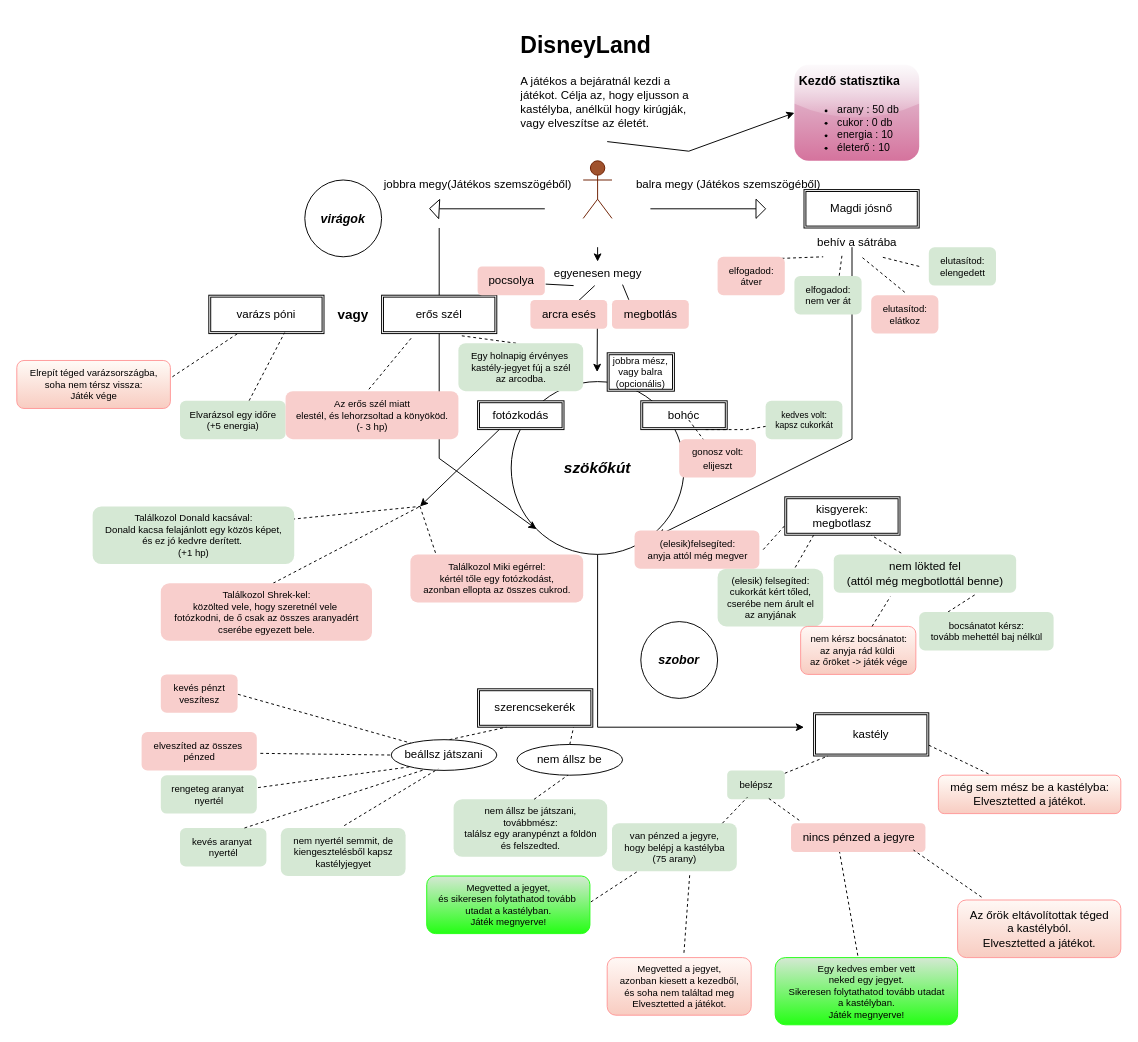
Before: game/vazlat .drawio in mezeirenata/disney, a draw.io diagram. Source tidied: cells renumbered, new cells numbered last; positions are measured from the earlier drawing's top-left corner, leaving out a move shared by most shapes. Both pictures are drawn from the tidied source at 96%, with x=0, y=0 at pixel (16, 26).
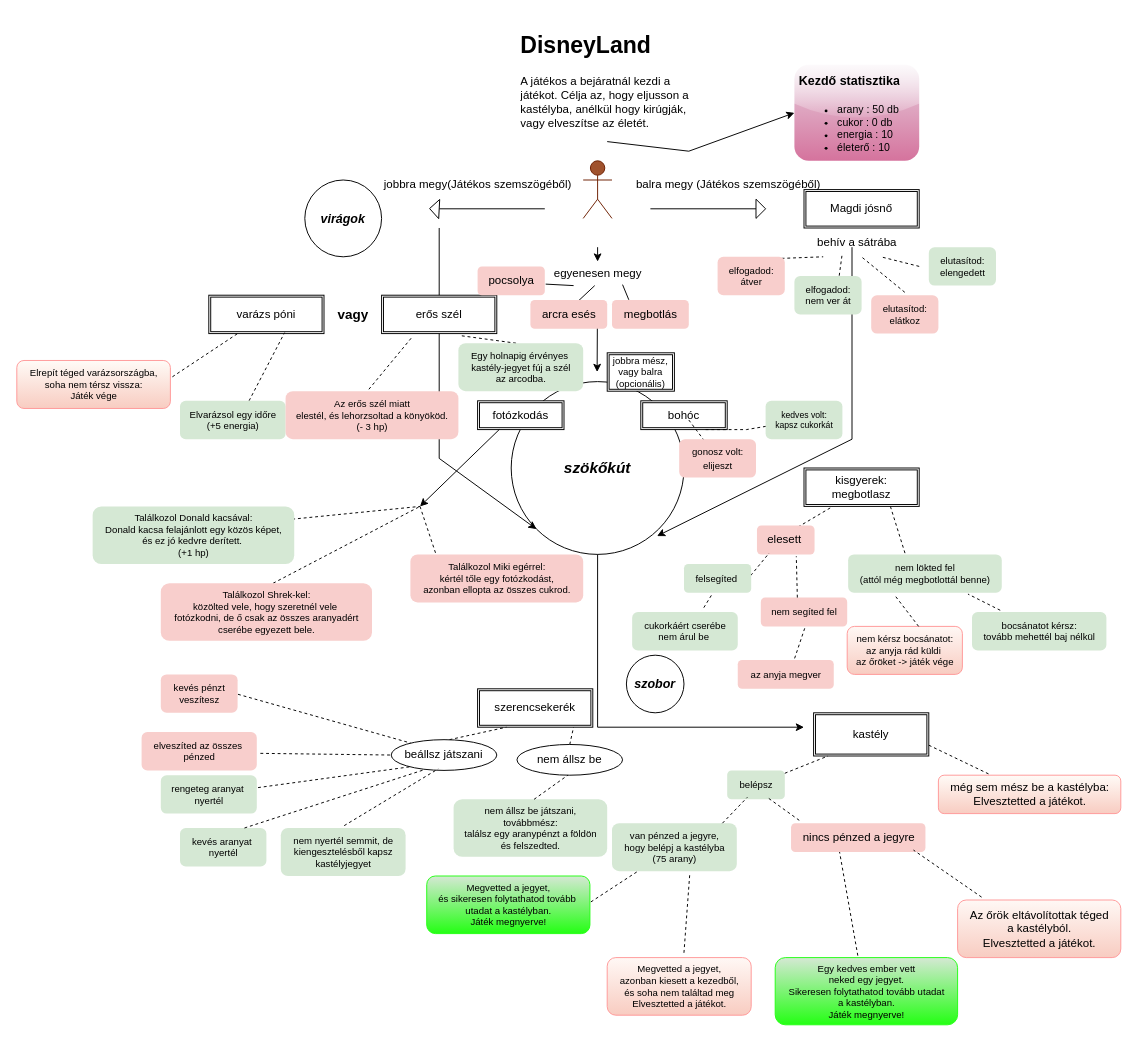
After the change.

Diff of the diagram source:
```diff
@@
     <mxCell id="19" value="kisgyerek:&lt;br&gt;megbotlasz" style="shape=ext;double=1;rounded=0;whiteSpace=wrap;html=1;" parent="1" vertex="1">
-      <mxGeometry x="800" y="490" width="120" height="40" as="geometry" />
+      <mxGeometry x="820" y="460" width="120" height="40" as="geometry" />
     </mxCell>
     <mxCell id="20" value="&lt;b&gt;&lt;i&gt;&lt;font style=&quot;font-size: 13px;&quot;&gt;szobor&lt;/font&gt;&lt;/i&gt;&lt;/b&gt;" style="ellipse;whiteSpace=wrap;html=1;" parent="1" vertex="1">
-      <mxGeometry x="650" y="620" width="80" height="80" as="geometry" />
+      <mxGeometry x="635" y="655" width="60" height="60" as="geometry" />
     </mxCell>
@@
-    <mxCell id="38" style="endArrow=none;dashed=1;html=1;rounded=0;exitX=0.735;exitY=-0.023;exitDx=0;exitDy=0;exitPerimeter=0;" parent="1" edge="1" source="39">
-      <mxGeometry relative="1" as="geometry">
-        <mxPoint x="830" y="530" as="targetPoint" />
-      </mxGeometry>
-    </mxCell>
-    <mxCell id="39" value="&lt;font style=&quot;font-size: 10px;&quot;&gt;(elesik) felsegíted:&lt;br style=&quot;font-size: 10px;&quot;&gt;cukorkát kért tőled,&lt;br style=&quot;font-size: 10px;&quot;&gt;cserébe nem árult el&lt;br style=&quot;font-size: 10px;&quot;&gt;az anyjának&lt;br style=&quot;font-size: 10px;&quot;&gt;&lt;/font&gt;" style="text;html=1;align=center;verticalAlign=middle;points=[];strokeColor=none;fillColor=#d5e8d4;rounded=1;fontSize=10;" parent="1" vertex="1">
-      <mxGeometry x="730" y="565" width="110" height="60" as="geometry" />
-    </mxCell>
-    <mxCell id="40" value="&lt;font style=&quot;font-size: 10px;&quot;&gt;(elesik)felsegíted:&lt;br style=&quot;font-size: 10px;&quot;&gt;anyja attól még megver&lt;/font&gt;" style="text;html=1;align=center;verticalAlign=middle;points=[];strokeColor=none;fillColor=#f8cecc;rounded=1;fontSize=10;" parent="1" vertex="1">
-      <mxGeometry x="643.5" y="525" width="130" height="40" as="geometry" />
-    </mxCell>
-    <mxCell id="41" value="nem lökted fel&lt;br&gt;(attól még megbotlottál benne)" style="text;html=1;align=center;verticalAlign=middle;points=[];strokeColor=none;fillColor=#d5e8d4;rounded=1;" parent="1" vertex="1">
-      <mxGeometry x="851" y="550" width="190" height="40" as="geometry" />
+    <mxCell id="41" value="nem lökted fel&lt;br style=&quot;font-size: 10px;&quot;&gt;(attól még megbotlottál benne)" style="text;html=1;align=center;verticalAlign=middle;points=[];strokeColor=none;fillColor=#d5e8d4;rounded=1;fontSize=10;" parent="1" vertex="1">
+      <mxGeometry x="866" y="550" width="160" height="40" as="geometry" />
     </mxCell>
@@
-    <mxCell id="43" style="endArrow=none;dashed=1;html=1;rounded=0;exitX=1.031;exitY=0.5;exitDx=0;exitDy=0;exitPerimeter=0;entryX=0;entryY=0.75;entryDx=0;entryDy=0;" parent="1" edge="1" source="40" target="19">
-      <mxGeometry relative="1" as="geometry" />
-    </mxCell>
-    <mxCell id="44" style="endArrow=none;dashed=1;html=1;rounded=0;entryX=0.78;entryY=1.033;entryDx=0;entryDy=0;entryPerimeter=0;" parent="1" edge="1" target="41">
-      <mxGeometry relative="1" as="geometry">
-        <mxPoint x="970" y="610" as="sourcePoint" />
-      </mxGeometry>
+    <mxCell id="44" style="endArrow=none;dashed=1;html=1;rounded=0;entryX=0.78;entryY=1.033;entryDx=0;entryDy=0;entryPerimeter=0;exitX=0.21;exitY=-0.045;exitDx=0;exitDy=0;exitPerimeter=0;" parent="1" edge="1" source="45" target="41">
+      <mxGeometry relative="1" as="geometry" />
     </mxCell>
     <mxCell id="45" value="bocsánatot kérsz:&lt;br style=&quot;font-size: 10px;&quot;&gt;tovább mehettél baj nélkül" style="text;html=1;align=center;verticalAlign=middle;points=[];strokeColor=none;fillColor=#d5e8d4;fontSize=10;rounded=1;" parent="1" vertex="1">
-      <mxGeometry x="940" y="610" width="140" height="40" as="geometry" />
+      <mxGeometry x="995" y="610" width="140" height="40" as="geometry" />
     </mxCell>
     <mxCell id="46" value="nem kérsz bocsánatot:&lt;br style=&quot;font-size: 10px;&quot;&gt;az anyja rád küldi&amp;nbsp;&lt;br style=&quot;font-size: 10px;&quot;&gt;az őröket -&amp;gt; játék vége" style="text;html=1;align=center;verticalAlign=middle;points=[];strokeColor=#FF9999;fillColor=#F8CCC1;fontSize=10;rounded=1;gradientColor=#FFF8F5;gradientDirection=north;strokeWidth=1;" parent="1" vertex="1">
-      <mxGeometry x="816.5" y="625" width="120" height="50" as="geometry" />
+      <mxGeometry x="865" y="625" width="120" height="50" as="geometry" />
     </mxCell>
@@
+    <mxCell id="109" style="endArrow=none;dashed=1;html=1;rounded=0;entryX=0.25;entryY=1;entryDx=0;entryDy=0;exitX=0.712;exitY=0.049;exitDx=0;exitDy=0;exitPerimeter=0;" parent="1" edge="1" source="110" target="19">
+      <mxGeometry relative="1" as="geometry" />
+    </mxCell>
+    <mxCell id="110" value="elesett&amp;nbsp;" style="text;html=1;align=center;verticalAlign=middle;points=[];strokeColor=none;fillColor=#f8cecc;rounded=1;" parent="1" vertex="1">
+      <mxGeometry x="771" y="520" width="60" height="30" as="geometry" />
+    </mxCell>
+    <mxCell id="111" style="endArrow=none;dashed=1;html=1;rounded=0;entryX=0.212;entryY=0.952;entryDx=0;entryDy=0;entryPerimeter=0;exitX=0.993;exitY=0.4;exitDx=0;exitDy=0;exitPerimeter=0;" parent="1" edge="1" source="112" target="110">
+      <mxGeometry relative="1" as="geometry" />
+    </mxCell>
+    <mxCell id="112" value="felsegíted&amp;nbsp;" style="text;html=1;align=center;verticalAlign=middle;points=[];strokeColor=none;fillColor=#d5e8d4;rounded=1;fontSize=10;" parent="1" vertex="1">
+      <mxGeometry x="695" y="560" width="70" height="30" as="geometry" />
+    </mxCell>
+    <mxCell id="113" value="nem segíted fel" style="text;html=1;align=center;verticalAlign=middle;points=[];strokeColor=none;fillColor=#f8cecc;rounded=1;fontSize=10;" parent="1" vertex="1">
+      <mxGeometry x="775" y="595" width="90" height="30" as="geometry" />
+    </mxCell>
+    <mxCell id="114" style="endArrow=none;dashed=1;html=1;rounded=0;entryX=0.683;entryY=1.067;entryDx=0;entryDy=0;entryPerimeter=0;exitX=0.423;exitY=-0.002;exitDx=0;exitDy=0;exitPerimeter=0;" parent="1" edge="1" source="113" target="110">
+      <mxGeometry relative="1" as="geometry" />
+    </mxCell>
+    <mxCell id="115" value="az anyja megver" style="text;html=1;align=center;verticalAlign=middle;points=[];strokeColor=none;fillColor=#f8cecc;rounded=1;fontSize=10;" parent="1" vertex="1">
+      <mxGeometry x="751" y="660" width="100" height="30" as="geometry" />
+    </mxCell>
+    <mxCell id="116" style="endArrow=none;dashed=1;html=1;rounded=0;entryX=0.584;entryY=0.026;entryDx=0;entryDy=0;entryPerimeter=0;exitX=0.508;exitY=1.067;exitDx=0;exitDy=0;exitPerimeter=0;" parent="1" edge="1" source="113" target="115">
+      <mxGeometry relative="1" as="geometry" />
+    </mxCell>
+    <mxCell id="117" style="endArrow=none;dashed=1;html=1;rounded=0;exitX=0.407;exitY=1.09;exitDx=0;exitDy=0;exitPerimeter=0;entryX=0.664;entryY=-0.049;entryDx=0;entryDy=0;entryPerimeter=0;" parent="1" edge="1" source="112" target="118">
+      <mxGeometry relative="1" as="geometry" />
+    </mxCell>
+    <mxCell id="118" value="cukorkáért cserébe&lt;br style=&quot;font-size: 10px;&quot;&gt;nem árul be&amp;nbsp;" style="text;html=1;align=center;verticalAlign=middle;points=[];strokeColor=none;fillColor=#d5e8d4;rounded=1;fontSize=10;" parent="1" vertex="1">
+      <mxGeometry x="641" y="610" width="110" height="40" as="geometry" />
+    </mxCell>
```
